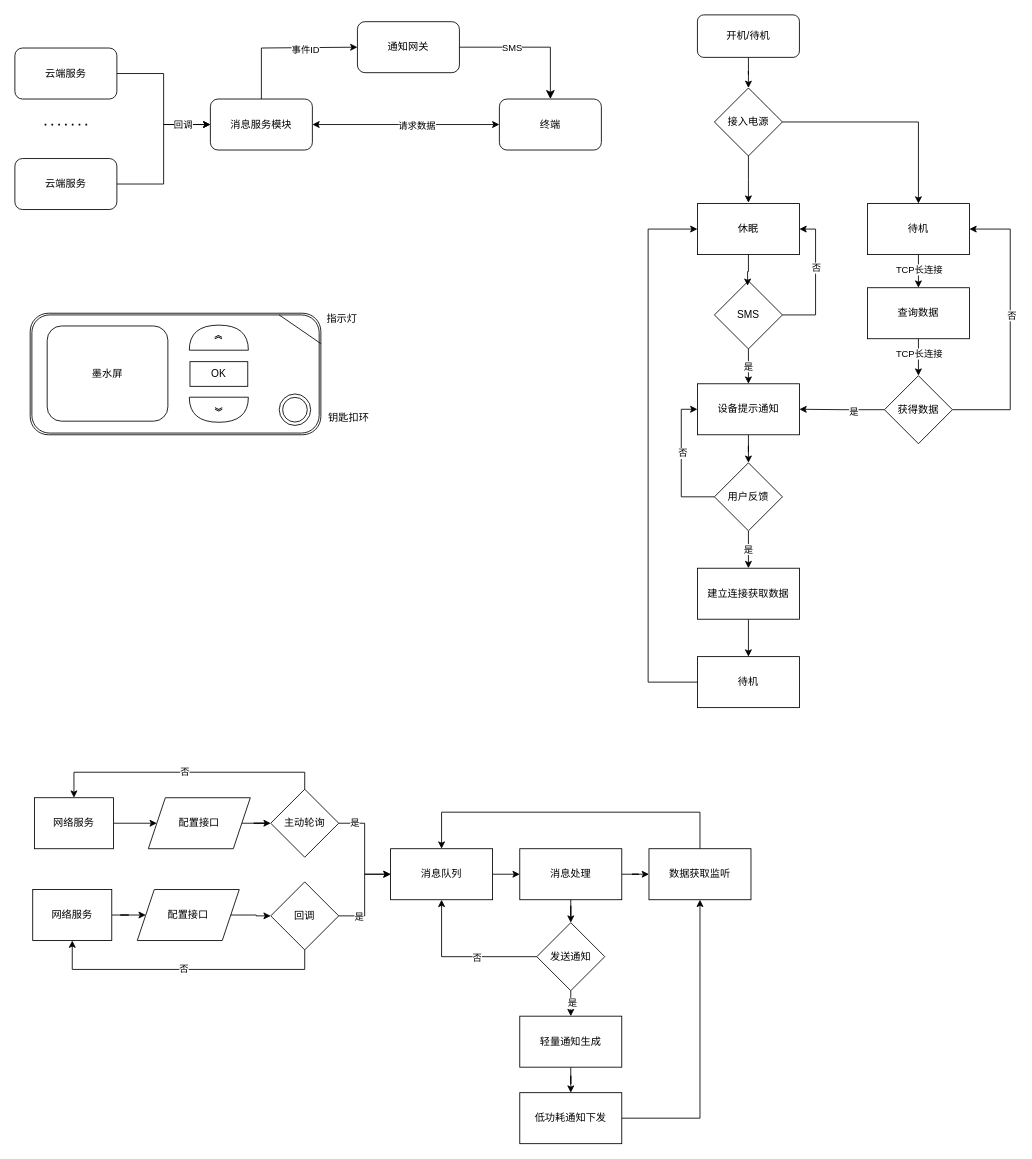
jyrnan/Diagram keeps this draw.io diagram as 未命名绘图.drawio. Above is the earlier version. Source tidied: cells renumbered, new cells numbered last; positions are measured from the earlier drawing's top-left corner, leaving out a move shared by most shapes. Both pictures are drawn from the tidied source at 85%, with x=0, y=0 at pixel (14, 14).
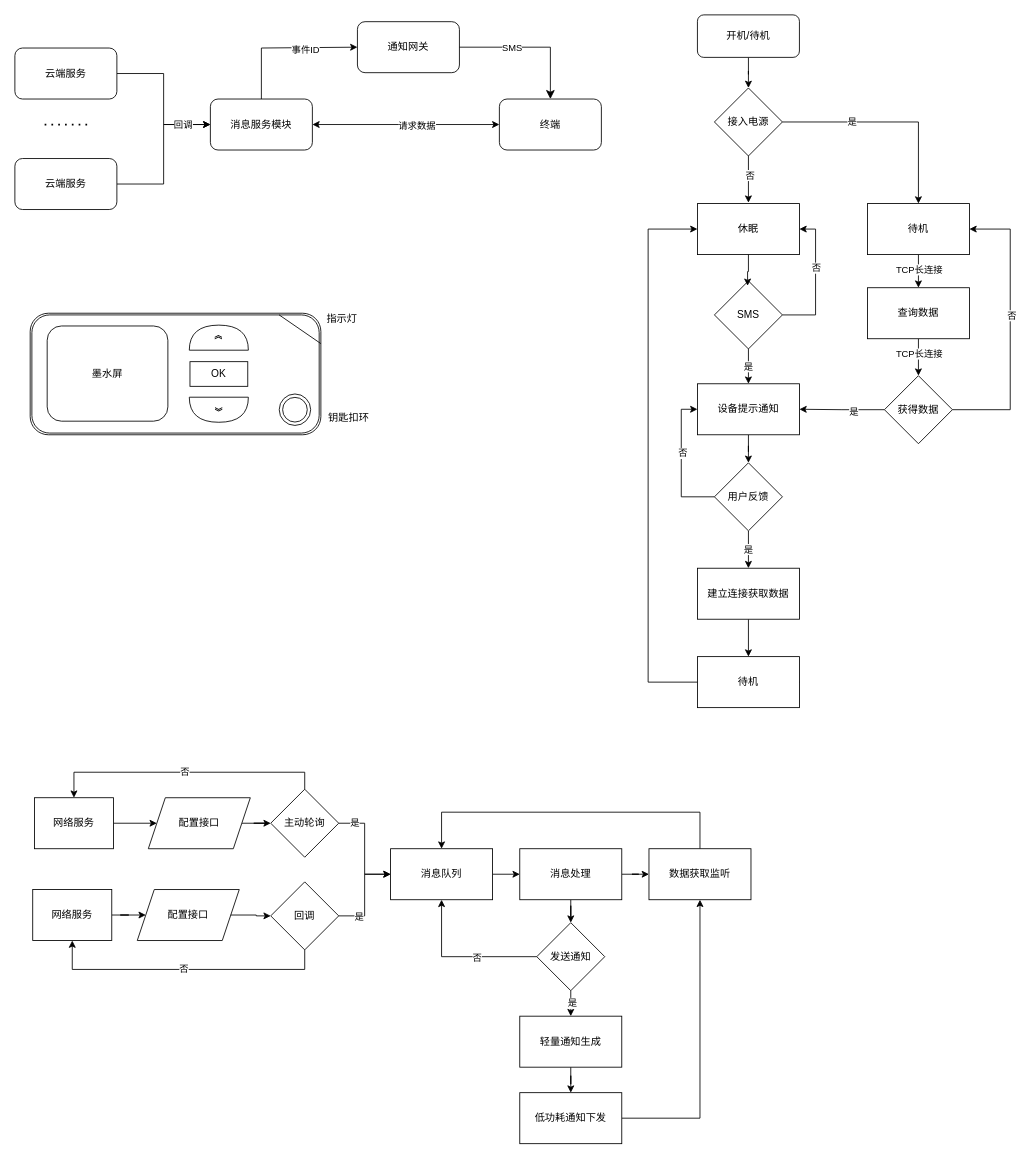
The same page after the edit.

Commit message:
更新未命名绘图.drawio

Unchanged cells that the change refers to:
```xml
<mxCell id="26" style="edgeStyle=orthogonalEdgeStyle;rounded=0;jettySize=auto;html=1;" parent="1" edge="1" source="28">
  <mxGeometry relative="1" as="geometry">
    <mxPoint x="863" y="221" as="targetPoint" />
  </mxGeometry>
</mxCell>
<mxCell id="27" style="edgeStyle=orthogonalEdgeStyle;rounded=0;jettySize=auto;html=1;entryX=0.5;entryY=0;entryDx=0;entryDy=0;" parent="1" edge="1" source="28" target="33">
  <mxGeometry relative="1" as="geometry" />
</mxCell>
```

Change to the diagram source:
```diff
@@
+    <mxCell id="90" value="否" style="edgeLabel;html=1;align=center;verticalAlign=middle;" parent="26" vertex="1">
+      <mxGeometry x="-0.22" y="1" relative="1" as="geometry" />
+    </mxCell>
@@
+    <mxCell id="91" value="是" style="edgeLabel;html=1;align=center;verticalAlign=middle;" parent="27" vertex="1">
+      <mxGeometry x="-0.37" y="2" relative="1" as="geometry">
+        <mxPoint y="1" as="offset" />
+      </mxGeometry>
+    </mxCell>
```
